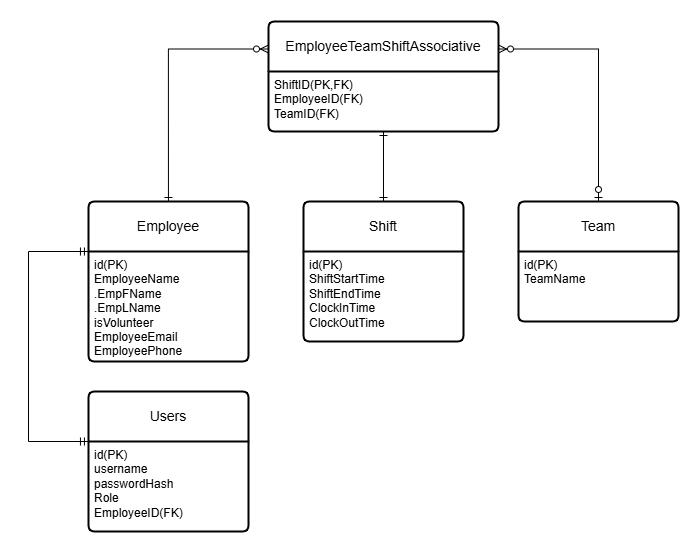
JasonKelley20/CSC_425_Project keeps this draw.io diagram as EXTRA_RESOURCES_AND_DIAGRAMS/CSC425_ERD.png. Above is the earlier version. Source tidied: cells renumbered, new cells last; positions are measured from the earlier drawing's top-left corner, leaving out a move shared by most shapes.
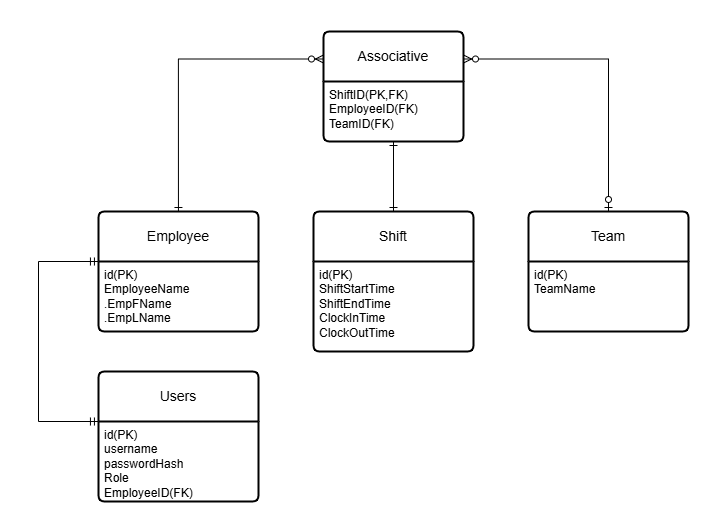
After the commit.

The edit, as a diff of the source:
```diff
@@ -6,16 +6,16 @@
       <mxGeometry relative="1" as="geometry" />
     </mxCell>
     <mxCell id="3" value="Employee" style="swimlane;horizontal=1;startSize=50;rounded=1;fontSize=14;fontStyle=0;strokeWidth=2;shadow=0;dashed=0;align=center;arcSize=4;whiteSpace=wrap;html=1;" parent="1" vertex="1">
-      <mxGeometry x="59.9" y="180" width="160" height="160" as="geometry" />
+      <mxGeometry x="59.9" y="180" width="160" height="120" as="geometry" />
     </mxCell>
-    <mxCell id="4" value="id(PK)&lt;div&gt;EmployeeName&lt;/div&gt;&lt;div&gt;.EmpFName&lt;/div&gt;&lt;div&gt;.EmpLName&lt;/div&gt;&lt;div&gt;isVolunteer&lt;/div&gt;&lt;div&gt;EmployeeEmail&lt;/div&gt;&lt;div&gt;EmployeePhone&lt;/div&gt;&lt;div&gt;&lt;br&gt;&lt;/div&gt;" style="align=left;strokeColor=none;fillColor=none;spacingLeft=4;fontSize=12;verticalAlign=top;html=1;" parent="3" vertex="1">
-      <mxGeometry y="50" width="160" height="110" as="geometry" />
+    <mxCell id="4" value="id(PK)&lt;div&gt;EmployeeName&lt;/div&gt;&lt;div&gt;.EmpFName&lt;/div&gt;&lt;div&gt;.EmpLName&lt;/div&gt;&lt;div&gt;&lt;br&gt;&lt;/div&gt;" style="align=left;strokeColor=none;fillColor=none;spacingLeft=4;fontSize=12;verticalAlign=top;html=1;" parent="3" vertex="1">
+      <mxGeometry y="50" width="160" height="70" as="geometry" />
     </mxCell>
     <mxCell id="5" value="Users" style="swimlane;horizontal=1;startSize=50;rounded=1;fontSize=14;fontStyle=0;strokeWidth=2;shadow=0;dashed=0;align=center;arcSize=4;whiteSpace=wrap;html=1;" parent="1" vertex="1">
-      <mxGeometry x="59.9" y="370" width="160" height="140" as="geometry" />
+      <mxGeometry x="59.9" y="340" width="160" height="130" as="geometry" />
     </mxCell>
     <mxCell id="6" value="id(PK)&lt;div&gt;username&lt;/div&gt;&lt;div&gt;passwordHash&lt;/div&gt;&lt;div&gt;Role&lt;/div&gt;&lt;div&gt;EmployeeID(FK)&lt;/div&gt;" style="align=left;strokeColor=none;fillColor=none;spacingLeft=4;fontSize=12;verticalAlign=top;html=1;" parent="5" vertex="1">
-      <mxGeometry y="50" width="160" height="90" as="geometry" />
+      <mxGeometry y="50" width="160" height="80" as="geometry" />
     </mxCell>
     <mxCell id="7" style="edgeStyle=orthogonalEdgeStyle;shape=connector;rounded=0;jettySize=auto;html=1;exitX=0.5;exitY=0;exitDx=0;exitDy=0;strokeColor=default;align=center;verticalAlign=middle;fontFamily=Helvetica;fontSize=11;fontColor=default;labelBackgroundColor=default;endArrow=ERone;endFill=0;startArrow=ERone;startFill=0;" parent="1" edge="1" source="8" target="14">
       <mxGeometry relative="1" as="geometry" />
@@ -35,16 +35,16 @@
     <mxCell id="12" value="id(PK)&lt;div&gt;TeamName&lt;/div&gt;" style="align=left;strokeColor=none;fillColor=none;spacingLeft=4;fontSize=12;verticalAlign=top;html=1;" parent="11" vertex="1">
       <mxGeometry y="50" width="160" height="70" as="geometry" />
     </mxCell>
-    <mxCell id="13" value="EmployeeTeamShiftAssociative" style="swimlane;horizontal=1;startSize=50;rounded=1;fontSize=14;fontStyle=0;strokeWidth=2;shadow=0;dashed=0;align=center;arcSize=4;whiteSpace=wrap;html=1;fontFamily=Helvetica;fontColor=default;labelBackgroundColor=default;" parent="1" vertex="1">
-      <mxGeometry x="240" width="230" height="110" as="geometry" />
+    <mxCell id="13" value="Associative" style="swimlane;horizontal=1;startSize=50;rounded=1;fontSize=14;fontStyle=0;strokeWidth=2;shadow=0;dashed=0;align=center;arcSize=4;whiteSpace=wrap;html=1;fontFamily=Helvetica;fontColor=default;labelBackgroundColor=default;" parent="1" vertex="1">
+      <mxGeometry x="285" width="140" height="110" as="geometry" />
     </mxCell>
     <mxCell id="14" value="ShiftID(PK,FK)&lt;div&gt;EmployeeID(FK)&lt;/div&gt;&lt;div&gt;TeamID(FK)&lt;/div&gt;" style="align=left;strokeColor=none;fillColor=none;spacingLeft=4;fontSize=12;verticalAlign=top;html=1;fontFamily=Helvetica;fontColor=default;labelBackgroundColor=default;" parent="13" vertex="1">
-      <mxGeometry y="50" width="230" height="60" as="geometry" />
+      <mxGeometry y="50" width="140" height="60" as="geometry" />
     </mxCell>
-    <mxCell id="15" style="edgeStyle=orthogonalEdgeStyle;rounded=0;jettySize=auto;html=1;exitX=0;exitY=0;exitDx=0;exitDy=0;entryX=0;entryY=0;entryDx=0;entryDy=0;startArrow=ERmandOne;startFill=0;endArrow=ERmandOne;endFill=0;" parent="1" edge="1" source="6" target="4">
+    <mxCell id="15" style="edgeStyle=orthogonalEdgeStyle;rounded=0;jettySize=auto;html=1;entryX=0;entryY=0;entryDx=0;entryDy=0;startArrow=ERmandOne;startFill=0;endArrow=ERmandOne;endFill=0;exitX=0;exitY=0;exitDx=0;exitDy=0;" parent="1" edge="1" source="6" target="4">
       <mxGeometry relative="1" as="geometry">
         <Array as="points">
-          <mxPoint y="420" />
+          <mxPoint y="390" />
           <mxPoint y="230" />
         </Array>
       </mxGeometry>
```
